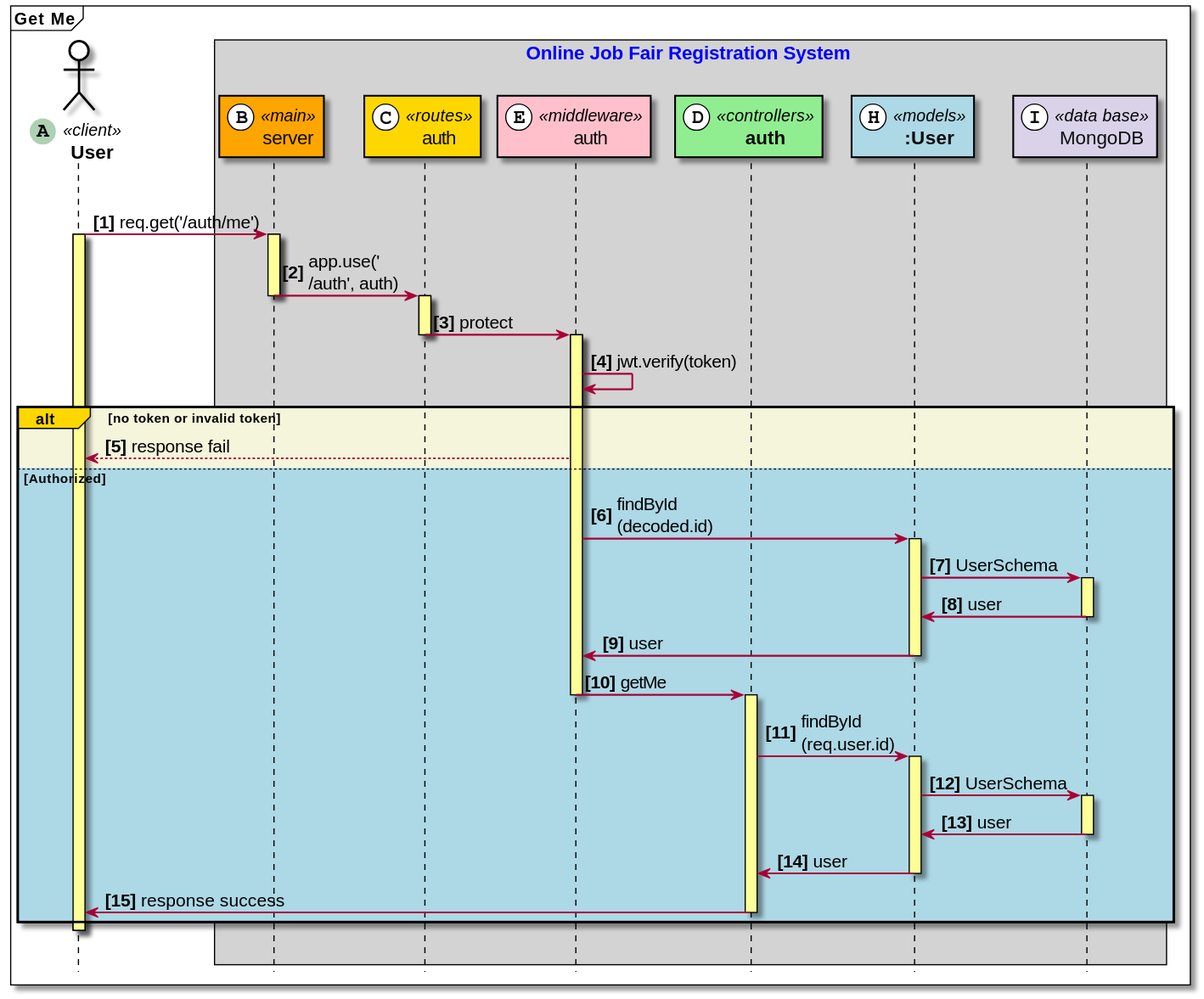
Before: doc_asset/diagrams/squence_diagrams/auth/get_me.svg, a diagram exported from PlantUML (wisarootl/online-job-fair-registration). Its diagram source:
```plantuml
@startuml

hide footbox
skinparam sequenceArrowThickness 1.5
skinparam fontsize 50
autonumber 1 "<b>[###]"
skinparam component {
skinparam defaultFontSize 16
ArrowFontSize 15
}
Mainframe <b>Get Me</b>

actor "<b>User" as user <<(A,#ADD1B2)client>>#White
Box Online Job Fair Registration System #lightgrey
participant "server" as server <<(B,#FFFFFF)main>>#Orange
participant "auth" as rauth <<(C,#FFFFFF)routes>>#Gold
participant "auth" as middleware_auth <<(E,#FFFFFF)middleware>>#Pink
participant "<b>auth" as controllers_auth <<(D,#FFFFFF)controllers>>#LightGreen
participant "<b>:User" as models_User <<(H,#FFFFFF)models>>#LightBlue
participant "MongoDB" as mongo <<(I,#FFFFFF)data base>>#d9d2e9
end box

|||
user->server: req.get('/auth/me')
Activate user
Activate server
server->rauth: app.use('\n/auth', auth)
DeActivate server
Activate rauth
rauth->middleware_auth: protect
DeActivate rauth
Activate middleware_auth
middleware_auth->middleware_auth: jwt.verify(token)
Alt#Gold #Beige no token or invalid token
middleware_auth-->user: response fail
Else #LightBlue Authorized
middleware_auth->models_User: findById\n(decoded.id)
Activate models_User
models_User->mongo: UserSchema
Activate mongo
mongo->models_User: user
DeActivate mongo
models_User->middleware_auth: user
DeActivate models_User
middleware_auth->controllers_auth: getMe
DeActivate middleware_auth
Activate controllers_auth
controllers_auth->models_User: findById\n(req.user.id)
Activate models_User
models_User->mongo: UserSchema
Activate mongo
mongo->models_User: user
DeActivate mongo
models_User->controllers_auth: user
DeActivate models_User
controllers_auth->user: response success
DeActivate controllers_auth

End Alt
DeActivate user
|||


skinparam sequence {
BoxBorderColor Black
BoxFontColor Blue
BoxFontSize 16
LifeLineBorderColor Black
LifeLineBackgroundColor #FFFF99
ParticipantBorderColor Black
StereoTypeFontSize 14
ParticipantFontSize 16
ParticipantFontColor #0c0c0c
ActorBorderColor Black
ActorBackgroundColor White
ActorFontSize 16
ActorFontColor Black
}

@enduml
```
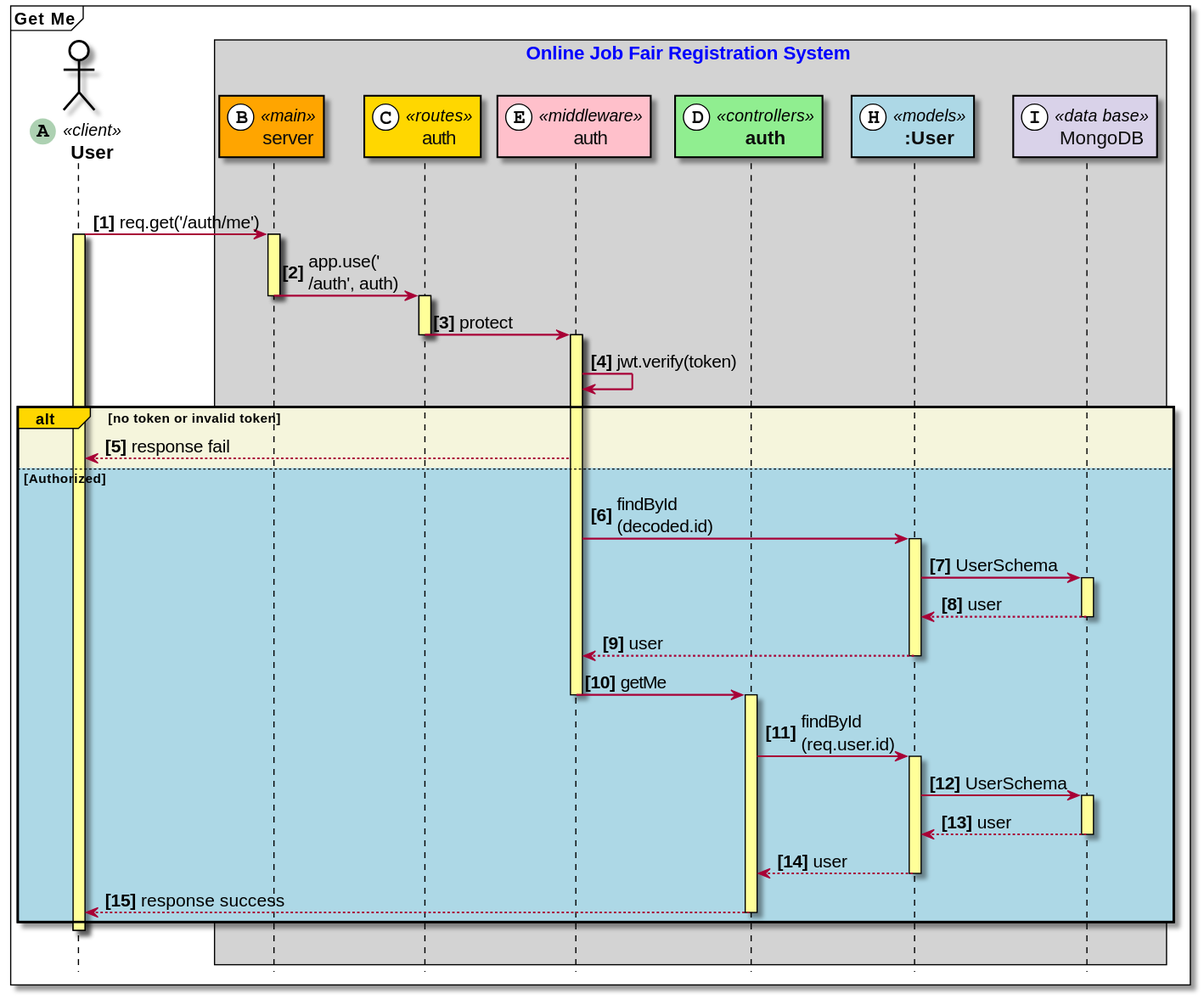
After the commit.

The edit, as a diff of the source:
```diff
@@ -38,9 +38,9 @@
 Activate models_User
 models_User->mongo: UserSchema
 Activate mongo
-mongo->models_User: user
+mongo-->models_User: user
 DeActivate mongo
-models_User->middleware_auth: user
+models_User-->middleware_auth: user
 DeActivate models_User
 middleware_auth->controllers_auth: getMe
 DeActivate middleware_auth
@@ -49,11 +49,11 @@
 Activate models_User
 models_User->mongo: UserSchema
 Activate mongo
-mongo->models_User: user
+mongo-->models_User: user
 DeActivate mongo
-models_User->controllers_auth: user
+models_User-->controllers_auth: user
 DeActivate models_User
-controllers_auth->user: response success
+controllers_auth-->user: response success
 DeActivate controllers_auth
 
 End Alt
```
